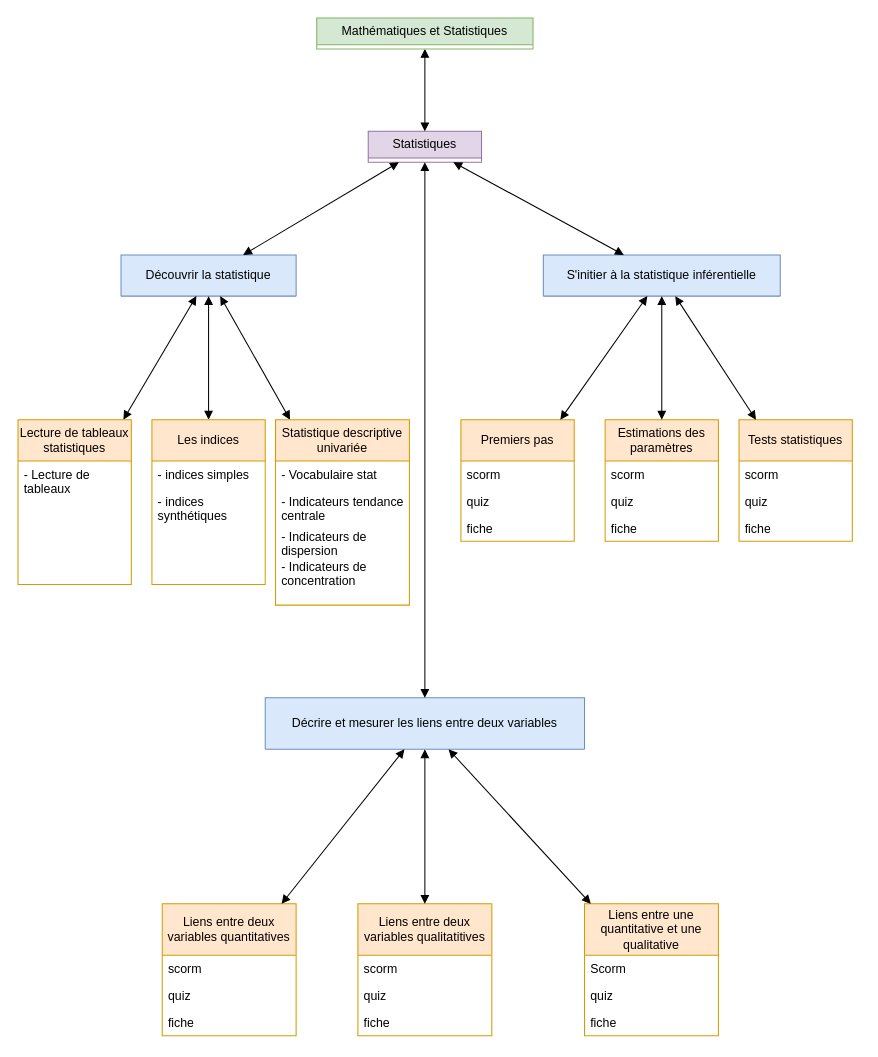
jean-seb-2106/pythontest keeps this draw.io diagram as Mathématiques.drawio. Above is the earlier version. Source tidied: cells renumbered, new cells numbered last; positions are measured from the earlier drawing's top-left corner, leaving out a move shared by most shapes. Both pictures are drawn from the tidied source at 103%, with x=0, y=0 at pixel (18, 18).
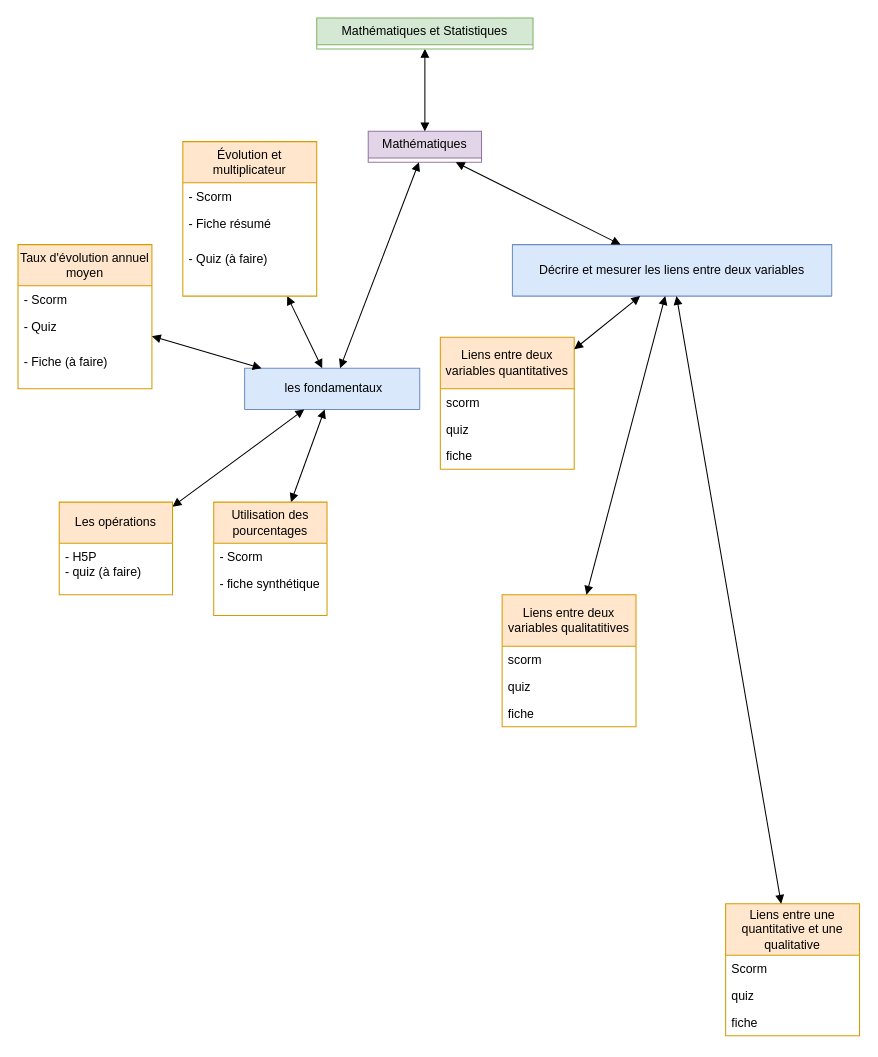
Above is the later version.

Commit message (it also covers changes not shown here):
Mettre à jour Mathématiques.drawio

The edit, as a diff of the source:
```diff
@@
-    <mxCell id="2" value="Statistiques" style="swimlane;fontStyle=0;horizontal=1;startSize=26;fillColor=#e1d5e7;whiteSpace=wrap;html=1;strokeColor=#9673a6;" parent="1" vertex="1" collapsed="1">
+    <mxCell id="2" value="Mathématiques" style="swimlane;fontStyle=0;horizontal=1;startSize=26;fillColor=#e1d5e7;whiteSpace=wrap;html=1;strokeColor=#9673a6;" parent="1" vertex="1" collapsed="1">
       <mxGeometry x="340" y="110" width="110" height="30" as="geometry" />
     </mxCell>
@@
-    <mxCell id="5" value="Découvrir la statistique" style="swimlane;fontStyle=0;horizontal=1;startSize=40;fillColor=#dae8fc;whiteSpace=wrap;html=1;strokeColor=#6c8ebf;" parent="1" vertex="1" collapsed="1">
-      <mxGeometry x="100" y="230" width="170" height="40" as="geometry" />
+    <mxCell id="5" value="&amp;nbsp;les fondamentaux" style="swimlane;fontStyle=0;horizontal=1;startSize=40;fillColor=#dae8fc;whiteSpace=wrap;html=1;strokeColor=#6c8ebf;" parent="1" vertex="1" collapsed="1">
+      <mxGeometry x="220" y="340" width="170" height="40" as="geometry" />
     </mxCell>
@@
     <mxCell id="7" value="Décrire et mesurer les liens entre deux variables" style="swimlane;fontStyle=0;horizontal=1;startSize=50;fillColor=#dae8fc;whiteSpace=wrap;html=1;strokeColor=#6c8ebf;" parent="1" vertex="1" collapsed="1">
-      <mxGeometry x="240" y="660" width="310" height="50" as="geometry" />
+      <mxGeometry x="480" y="220" width="310" height="50" as="geometry" />
     </mxCell>
-    <mxCell id="8" value="S'initier à la statistique inférentielle" style="swimlane;fontStyle=0;horizontal=1;startSize=40;fillColor=#dae8fc;whiteSpace=wrap;html=1;strokeColor=#6c8ebf;" parent="1" vertex="1" collapsed="1">
-      <mxGeometry x="510" y="230" width="230" height="40" as="geometry" />
-    </mxCell>
@@
-    <mxCell id="10" style="endArrow=block;startArrow=block;endFill=1;startFill=1;html=1;rounded=0;" parent="1" edge="1" source="2" target="8">
-      <mxGeometry relative="1" as="geometry" />
-    </mxCell>
@@
-    <mxCell id="14" value="Lecture de tableaux statistiques" style="swimlane;fontStyle=0;horizontal=1;startSize=40;fillColor=#ffe6cc;whiteSpace=wrap;html=1;strokeColor=#d79b00;" parent="1" vertex="1">
-      <mxGeometry y="390" width="110" height="160" as="geometry" />
+    <mxCell id="14" value="Les opérations" style="swimlane;fontStyle=0;horizontal=1;startSize=40;fillColor=#ffe6cc;whiteSpace=wrap;html=1;strokeColor=#d79b00;" parent="1" vertex="1">
+      <mxGeometry x="40" y="470" width="110" height="90" as="geometry" />
     </mxCell>
-    <mxCell id="15" value="- Lecture de tableaux" style="text;strokeColor=none;fillColor=none;align=left;verticalAlign=top;spacingLeft=4;spacingRight=4;overflow=hidden;whiteSpace=wrap;html=1;" parent="14" vertex="1">
-      <mxGeometry y="40" width="110" height="120" as="geometry" />
+    <mxCell id="15" value="&lt;div&gt;- H5P&lt;/div&gt;&lt;div&gt;- quiz (à faire)&lt;br&gt;&lt;/div&gt;" style="text;strokeColor=none;fillColor=none;align=left;verticalAlign=top;spacingLeft=4;spacingRight=4;overflow=hidden;whiteSpace=wrap;html=1;" parent="14" vertex="1">
+      <mxGeometry y="40" width="110" height="50" as="geometry" />
     </mxCell>
-    <mxCell id="16" value="Statistique descriptive univariée" style="swimlane;fontStyle=0;horizontal=1;startSize=40;fillColor=#ffe6cc;whiteSpace=wrap;html=1;strokeColor=#d79b00;" parent="1" vertex="1">
-      <mxGeometry x="250" y="390" width="130" height="180" as="geometry" />
+    <mxCell id="16" value="Évolution et multiplicateur" style="swimlane;fontStyle=0;horizontal=1;startSize=40;fillColor=#ffe6cc;whiteSpace=wrap;html=1;strokeColor=#d79b00;" parent="1" vertex="1">
+      <mxGeometry x="160" y="120" width="130" height="150" as="geometry" />
     </mxCell>
-    <mxCell id="17" value="- Vocabulaire stat" style="text;strokeColor=none;fillColor=none;align=left;verticalAlign=top;spacingLeft=4;spacingRight=4;overflow=hidden;whiteSpace=wrap;html=1;" parent="16" vertex="1">
+    <mxCell id="17" value="- Scorm" style="text;strokeColor=none;fillColor=none;align=left;verticalAlign=top;spacingLeft=4;spacingRight=4;overflow=hidden;whiteSpace=wrap;html=1;" parent="16" vertex="1">
       <mxGeometry y="40" width="130" height="26" as="geometry" />
     </mxCell>
-    <mxCell id="18" value="- Indicateurs tendance centrale" style="text;strokeColor=none;fillColor=none;align=left;verticalAlign=top;spacingLeft=4;spacingRight=4;overflow=hidden;whiteSpace=wrap;html=1;" parent="16" vertex="1">
+    <mxCell id="18" value="- Fiche résumé" style="text;strokeColor=none;fillColor=none;align=left;verticalAlign=top;spacingLeft=4;spacingRight=4;overflow=hidden;whiteSpace=wrap;html=1;" parent="16" vertex="1">
       <mxGeometry y="66" width="130" height="34" as="geometry" />
     </mxCell>
-    <mxCell id="19" value="&lt;div&gt;- Indicateurs de dispersion&lt;/div&gt;&lt;div&gt;- Indicateurs de concentration&lt;br&gt;&lt;/div&gt;&lt;div&gt;&lt;br&gt;&lt;/div&gt;" style="text;strokeColor=none;fillColor=none;align=left;verticalAlign=top;spacingLeft=4;spacingRight=4;overflow=hidden;whiteSpace=wrap;html=1;" parent="16" vertex="1">
-      <mxGeometry y="100" width="130" height="80" as="geometry" />
+    <mxCell id="19" value="&lt;div&gt;- Quiz (à faire)&lt;br&gt;&lt;/div&gt;&lt;div&gt;&lt;br&gt;&lt;/div&gt;&lt;div&gt;&lt;br&gt;&lt;/div&gt;" style="text;strokeColor=none;fillColor=none;align=left;verticalAlign=top;spacingLeft=4;spacingRight=4;overflow=hidden;whiteSpace=wrap;html=1;" parent="16" vertex="1">
+      <mxGeometry y="100" width="130" height="50" as="geometry" />
     </mxCell>
-    <mxCell id="20" value="Les indices" style="swimlane;fontStyle=0;horizontal=1;startSize=40;fillColor=#ffe6cc;whiteSpace=wrap;html=1;strokeColor=#d79b00;" parent="1" vertex="1">
-      <mxGeometry x="130" y="390" width="110" height="160" as="geometry" />
+    <mxCell id="20" value="Utilisation des pourcentages" style="swimlane;fontStyle=0;horizontal=1;startSize=40;fillColor=#ffe6cc;whiteSpace=wrap;html=1;strokeColor=#d79b00;" parent="1" vertex="1">
+      <mxGeometry x="190" y="470" width="110" height="110" as="geometry" />
     </mxCell>
-    <mxCell id="21" value="- indices simples" style="text;strokeColor=none;fillColor=none;align=left;verticalAlign=top;spacingLeft=4;spacingRight=4;overflow=hidden;whiteSpace=wrap;html=1;" parent="20" vertex="1">
+    <mxCell id="21" value="- Scorm" style="text;strokeColor=none;fillColor=none;align=left;verticalAlign=top;spacingLeft=4;spacingRight=4;overflow=hidden;whiteSpace=wrap;html=1;" parent="20" vertex="1">
       <mxGeometry y="40" width="110" height="26" as="geometry" />
     </mxCell>
-    <mxCell id="22" value="- indices synthétiques" style="text;strokeColor=none;fillColor=none;align=left;verticalAlign=top;spacingLeft=4;spacingRight=4;overflow=hidden;whiteSpace=wrap;html=1;" parent="20" vertex="1">
-      <mxGeometry y="66" width="110" height="94" as="geometry" />
+    <mxCell id="22" value="- fiche synthétique" style="text;strokeColor=none;fillColor=none;align=left;verticalAlign=top;spacingLeft=4;spacingRight=4;overflow=hidden;whiteSpace=wrap;html=1;" parent="20" vertex="1">
+      <mxGeometry y="66" width="110" height="44" as="geometry" />
     </mxCell>
     <mxCell id="23" value="Liens entre deux variables quantitatives" style="swimlane;fontStyle=0;horizontal=1;startSize=50;fillColor=#ffe6cc;whiteSpace=wrap;html=1;strokeColor=#d79b00;" parent="1" vertex="1">
-      <mxGeometry x="140" y="860" width="130" height="128" as="geometry" />
+      <mxGeometry x="410" y="310" width="130" height="128" as="geometry" />
     </mxCell>
@@
     <mxCell id="27" value="Liens entre deux variables qualitatitives" style="swimlane;fontStyle=0;horizontal=1;startSize=50;fillColor=#ffe6cc;whiteSpace=wrap;html=1;strokeColor=#d79b00;" parent="1" vertex="1">
-      <mxGeometry x="330" y="860" width="130" height="128" as="geometry" />
+      <mxGeometry x="470" y="560" width="130" height="128" as="geometry" />
     </mxCell>
@@
     <mxCell id="31" value="Liens entre une quantitative et une qualitative" style="swimlane;fontStyle=0;horizontal=1;startSize=50;fillColor=#ffe6cc;whiteSpace=wrap;html=1;strokeColor=#d79b00;" parent="1" vertex="1">
-      <mxGeometry x="550" y="860" width="130" height="128" as="geometry" />
+      <mxGeometry x="687" y="860" width="130" height="128" as="geometry" />
     </mxCell>
@@
-    <mxCell id="38" value="Premiers pas" style="swimlane;fontStyle=0;horizontal=1;startSize=40;fillColor=#ffe6cc;whiteSpace=wrap;html=1;strokeColor=#d79b00;" parent="1" vertex="1">
-      <mxGeometry x="430" y="390" width="110" height="118" as="geometry" />
-    </mxCell>
-    <mxCell id="39" value="scorm" style="text;strokeColor=none;fillColor=none;align=left;verticalAlign=top;spacingLeft=4;spacingRight=4;overflow=hidden;whiteSpace=wrap;html=1;" parent="38" vertex="1">
-      <mxGeometry y="40" width="110" height="26" as="geometry" />
-    </mxCell>
-    <mxCell id="40" value="quiz" style="text;strokeColor=none;fillColor=none;align=left;verticalAlign=top;spacingLeft=4;spacingRight=4;overflow=hidden;whiteSpace=wrap;html=1;" parent="38" vertex="1">
-      <mxGeometry y="66" width="110" height="26" as="geometry" />
-    </mxCell>
-    <mxCell id="41" value="fiche" style="text;strokeColor=none;fillColor=none;align=left;verticalAlign=top;spacingLeft=4;spacingRight=4;overflow=hidden;whiteSpace=wrap;html=1;" parent="38" vertex="1">
-      <mxGeometry y="92" width="110" height="26" as="geometry" />
-    </mxCell>
-    <mxCell id="42" value="Estimations des paramètres" style="swimlane;fontStyle=0;horizontal=1;startSize=40;fillColor=#ffe6cc;whiteSpace=wrap;html=1;strokeColor=#d79b00;" parent="1" vertex="1">
-      <mxGeometry x="570" y="390" width="110" height="118" as="geometry" />
-    </mxCell>
-    <mxCell id="43" value="scorm" style="text;strokeColor=none;fillColor=none;align=left;verticalAlign=top;spacingLeft=4;spacingRight=4;overflow=hidden;whiteSpace=wrap;html=1;" parent="42" vertex="1">
-      <mxGeometry y="40" width="110" height="26" as="geometry" />
-    </mxCell>
-    <mxCell id="44" value="quiz" style="text;strokeColor=none;fillColor=none;align=left;verticalAlign=top;spacingLeft=4;spacingRight=4;overflow=hidden;whiteSpace=wrap;html=1;" parent="42" vertex="1">
-      <mxGeometry y="66" width="110" height="26" as="geometry" />
-    </mxCell>
-    <mxCell id="45" value="fiche" style="text;strokeColor=none;fillColor=none;align=left;verticalAlign=top;spacingLeft=4;spacingRight=4;overflow=hidden;whiteSpace=wrap;html=1;" parent="42" vertex="1">
-      <mxGeometry y="92" width="110" height="26" as="geometry" />
-    </mxCell>
-    <mxCell id="46" value="Tests statistiques" style="swimlane;fontStyle=0;horizontal=1;startSize=40;fillColor=#ffe6cc;whiteSpace=wrap;html=1;strokeColor=#d79b00;" parent="1" vertex="1">
-      <mxGeometry x="700" y="390" width="110" height="118" as="geometry" />
-    </mxCell>
-    <mxCell id="47" value="scorm" style="text;strokeColor=none;fillColor=none;align=left;verticalAlign=top;spacingLeft=4;spacingRight=4;overflow=hidden;whiteSpace=wrap;html=1;" parent="46" vertex="1">
-      <mxGeometry y="40" width="110" height="26" as="geometry" />
-    </mxCell>
-    <mxCell id="48" value="quiz" style="text;strokeColor=none;fillColor=none;align=left;verticalAlign=top;spacingLeft=4;spacingRight=4;overflow=hidden;whiteSpace=wrap;html=1;" parent="46" vertex="1">
-      <mxGeometry y="66" width="110" height="26" as="geometry" />
-    </mxCell>
-    <mxCell id="49" value="fiche" style="text;strokeColor=none;fillColor=none;align=left;verticalAlign=top;spacingLeft=4;spacingRight=4;overflow=hidden;whiteSpace=wrap;html=1;" parent="46" vertex="1">
-      <mxGeometry y="92" width="110" height="26" as="geometry" />
-    </mxCell>
-    <mxCell id="50" style="endArrow=block;startArrow=block;endFill=1;startFill=1;html=1;rounded=0;" parent="1" edge="1" source="8" target="38">
-      <mxGeometry relative="1" as="geometry" />
-    </mxCell>
-    <mxCell id="51" style="endArrow=block;startArrow=block;endFill=1;startFill=1;html=1;rounded=0;" parent="1" edge="1" source="8" target="42">
-      <mxGeometry relative="1" as="geometry" />
-    </mxCell>
-    <mxCell id="52" style="endArrow=block;startArrow=block;endFill=1;startFill=1;html=1;rounded=0;" parent="1" edge="1" source="8" target="46">
-      <mxGeometry relative="1" as="geometry" />
-    </mxCell>
+    <mxCell id="53" value="Taux d'évolution annuel moyen" style="swimlane;fontStyle=0;horizontal=1;startSize=40;fillColor=#ffe6cc;whiteSpace=wrap;html=1;strokeColor=#d79b00;" parent="1" vertex="1">
+      <mxGeometry y="220" width="130" height="140" as="geometry" />
+    </mxCell>
+    <mxCell id="54" value="- Scorm" style="text;strokeColor=none;fillColor=none;align=left;verticalAlign=top;spacingLeft=4;spacingRight=4;overflow=hidden;whiteSpace=wrap;html=1;" parent="53" vertex="1">
+      <mxGeometry y="40" width="130" height="26" as="geometry" />
+    </mxCell>
+    <mxCell id="55" value="- Quiz" style="text;strokeColor=none;fillColor=none;align=left;verticalAlign=top;spacingLeft=4;spacingRight=4;overflow=hidden;whiteSpace=wrap;html=1;" parent="53" vertex="1">
+      <mxGeometry y="66" width="130" height="34" as="geometry" />
+    </mxCell>
+    <mxCell id="56" value="- Fiche (à faire)" style="text;strokeColor=none;fillColor=none;align=left;verticalAlign=top;spacingLeft=4;spacingRight=4;overflow=hidden;whiteSpace=wrap;html=1;" parent="53" vertex="1">
+      <mxGeometry y="100" width="130" height="40" as="geometry" />
+    </mxCell>
+    <mxCell id="57" style="endArrow=block;startArrow=block;endFill=1;startFill=1;html=1;rounded=0;" parent="1" edge="1" source="5" target="53">
+      <mxGeometry relative="1" as="geometry" />
+    </mxCell>
```
